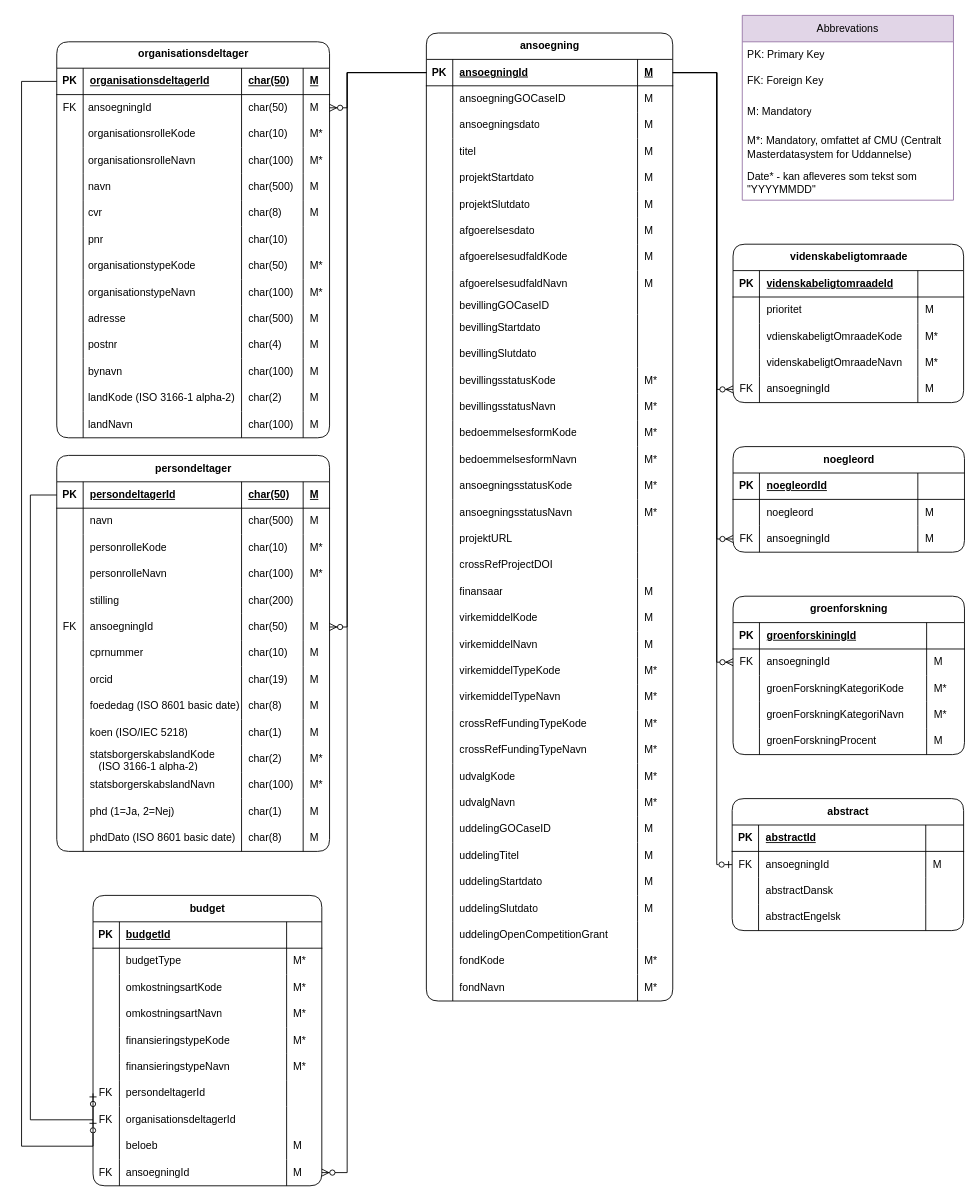
The draw.io diagram page "NY Raw" (4 of 5) of Grants model.drawio in thomas-lange-dk/Grants, before the edit. Source tidied: cells renumbered, new cells numbered last; positions are measured from the earlier drawing's top-left corner, leaving out a move shared by most shapes. Both pictures are drawn from the tidied source at 88%, with x=0, y=0 at pixel (21, 15).
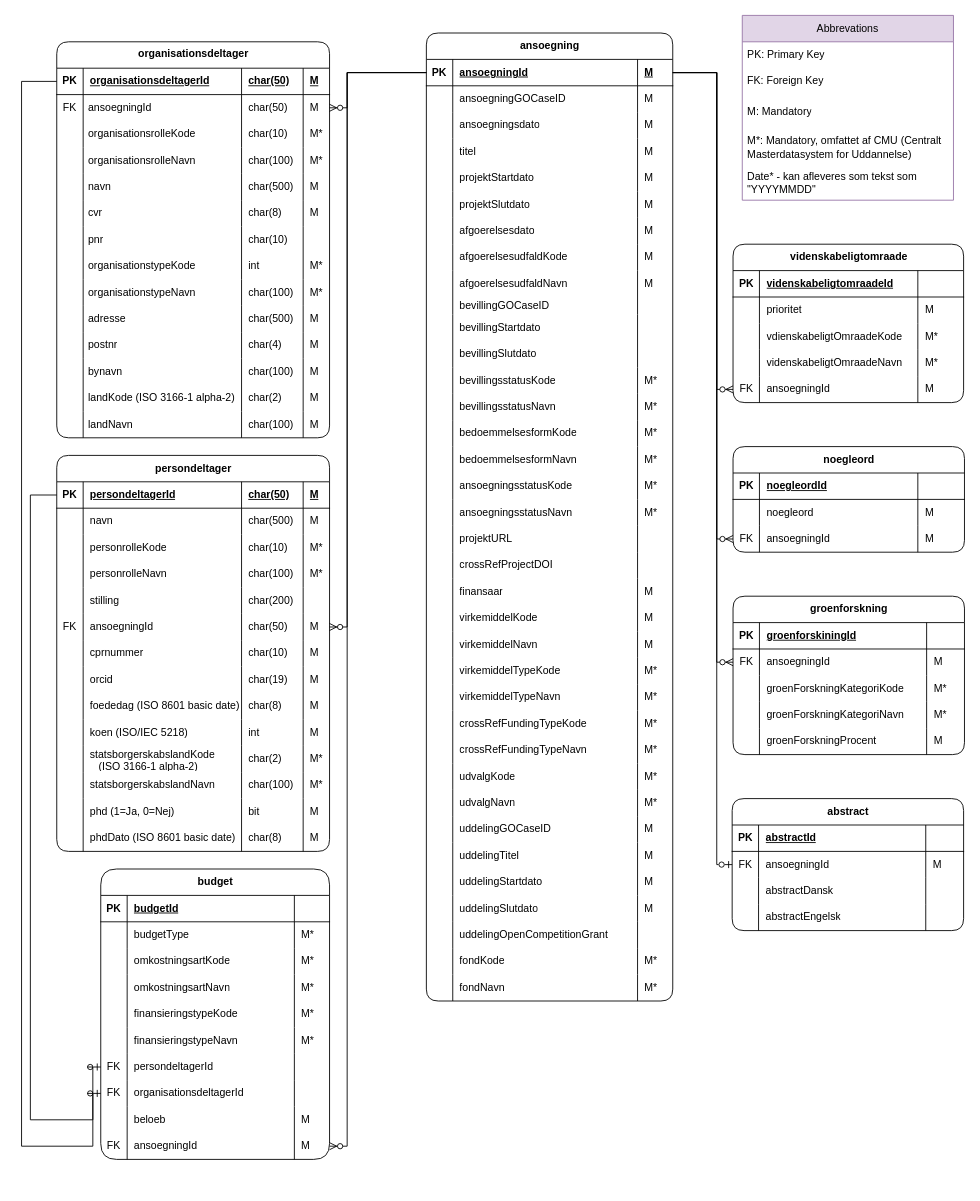
After the change.

The change refers to these unchanged cells:
```xml
<mxCell id="38" style="shape=tableRow;horizontal=0;startSize=0;swimlaneHead=0;swimlaneBody=0;fillColor=none;top=0;left=0;right=0;bottom=0;shadow=0;spacingBottom=0;spacingTop=0;" parent="2" vertex="1">
  <mxGeometry y="240" width="310" height="30" as="geometry" />
</mxCell>
<mxCell id="116" value="PK" style="shape=partialRectangle;fillColor=none;top=0;left=0;bottom=0;right=0;fontStyle=1;overflow=hidden;whiteSpace=wrap;html=1;shadow=0;" parent="115" vertex="1">
  <mxGeometry width="30" height="30" as="geometry" />
</mxCell>
<mxCell id="305" style="shape=tableRow;horizontal=0;startSize=0;swimlaneHead=0;swimlaneBody=0;fillColor=none;top=0;left=0;right=0;bottom=0;shadow=0;" parent="259" vertex="1">
  <mxGeometry y="300" width="310" height="30" as="geometry" />
</mxCell>
<mxCell id="320" style="shape=tableRow;horizontal=0;startSize=0;swimlaneHead=0;swimlaneBody=0;fillColor=none;top=0;left=0;right=0;bottom=0;shadow=0;" parent="259" vertex="1">
  <mxGeometry y="390" width="310" height="30" as="geometry" />
</mxCell>
<mxCell id="370" value="M" style="shape=partialRectangle;fillColor=none;top=0;left=0;bottom=0;right=0;align=left;spacingLeft=6;overflow=hidden;whiteSpace=wrap;html=1;shadow=0;" parent="367" vertex="1">
  <mxGeometry x="220" width="40" height="30" as="geometry" />
</mxCell>
```

What changed in the source:
```diff
@@
-    <mxCell id="41" value="char(50)" style="shape=partialRectangle;fillColor=none;top=0;left=0;bottom=0;right=0;align=left;spacingLeft=6;overflow=hidden;whiteSpace=wrap;html=1;shadow=0;spacingBottom=0;spacingTop=0;" parent="38" vertex="1">
+    <mxCell id="41" value="int" style="shape=partialRectangle;fillColor=none;top=0;left=0;bottom=0;right=0;align=left;spacingLeft=6;overflow=hidden;whiteSpace=wrap;html=1;shadow=0;spacingBottom=0;spacingTop=0;" parent="38" vertex="1">
       <mxGeometry x="210" width="70" height="30" as="geometry" />
     </mxCell>
@@
-    <mxCell id="308" value="char(1)" style="shape=partialRectangle;fillColor=none;top=0;left=0;bottom=0;right=0;align=left;spacingLeft=6;overflow=hidden;whiteSpace=wrap;html=1;shadow=0;" parent="305" vertex="1">
+    <mxCell id="308" value="int" style="shape=partialRectangle;fillColor=none;top=0;left=0;bottom=0;right=0;align=left;spacingLeft=6;overflow=hidden;whiteSpace=wrap;html=1;shadow=0;" parent="305" vertex="1">
       <mxGeometry x="210" width="70" height="30" as="geometry" />
     </mxCell>
@@
-    <mxCell id="322" value="phd (1=Ja, 2=Nej)" style="shape=partialRectangle;fillColor=none;top=0;left=0;bottom=0;right=0;align=left;spacingLeft=6;overflow=hidden;whiteSpace=wrap;html=1;shadow=0;" parent="320" vertex="1">
+    <mxCell id="322" value="phd (1=Ja, 0=Nej)" style="shape=partialRectangle;fillColor=none;top=0;left=0;bottom=0;right=0;align=left;spacingLeft=6;overflow=hidden;whiteSpace=wrap;html=1;shadow=0;" parent="320" vertex="1">
       <mxGeometry x="30" width="180" height="30" as="geometry" />
     </mxCell>
-    <mxCell id="323" value="char(1)" style="shape=partialRectangle;fillColor=none;top=0;left=0;bottom=0;right=0;align=left;spacingLeft=6;overflow=hidden;whiteSpace=wrap;html=1;shadow=0;" parent="320" vertex="1">
+    <mxCell id="323" value="bit" style="shape=partialRectangle;fillColor=none;top=0;left=0;bottom=0;right=0;align=left;spacingLeft=6;overflow=hidden;whiteSpace=wrap;html=1;shadow=0;" parent="320" vertex="1">
       <mxGeometry x="210" width="70" height="30" as="geometry" />
     </mxCell>
@@
-    <mxCell id="330" value="budget" style="shape=table;startSize=30;childLayout=tableLayout;rowLines=0;fontStyle=1;align=center;html=1;shadow=0;rounded=1;" parent="1" vertex="1">
-      <mxGeometry x="81.2" y="1000" width="260" height="330" as="geometry" />
+    <mxCell id="330" value="budget" style="shape=table;startSize=30;childLayout=tableLayout;rowLines=0;fontStyle=1;align=center;html=1;shadow=0;rounded=1;arcSize=20;" parent="1" vertex="1">
+      <mxGeometry x="90" y="970" width="260" height="330" as="geometry" />
     </mxCell>
@@
     <mxCell id="375" style="edgeStyle=orthogonalEdgeStyle;fontSize=12;html=1;endArrow=ERzeroToMany;endFill=1;rounded=0;shadow=0;entryX=1;entryY=0.5;entryDx=0;entryDy=0;exitX=0;exitY=0.5;exitDx=0;exitDy=0;" parent="1" edge="1" source="116" target="370">
       <mxGeometry relative="1" as="geometry">
         <Array as="points">
           <mxPoint x="370" y="65" />
-          <mxPoint x="370" y="1315" />
+          <mxPoint x="370" y="1285" />
         </Array>
       </mxGeometry>
     </mxCell>
```
